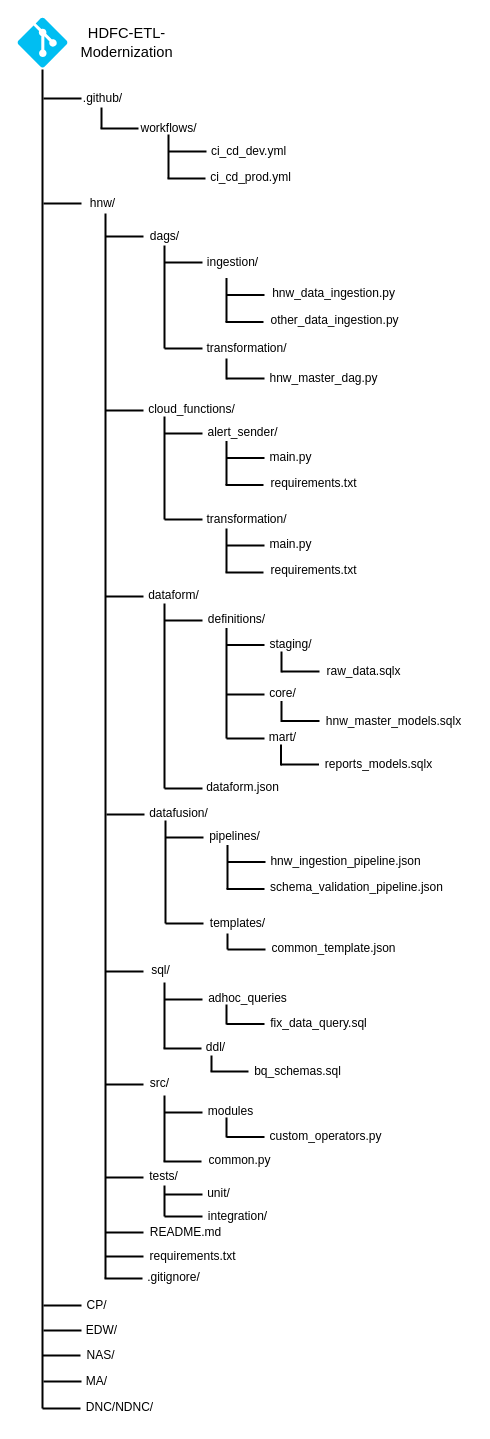
Before: git_folder_structure.drawio in anantadel/draw.io-diagrams, a draw.io diagram. Source tidied: cells renumbered, new cells numbered last; positions are measured from the earlier drawing's top-left corner, leaving out a move shared by most shapes. Both pictures are drawn from the tidied source at 100%, with x=0, y=0 at pixel (17, 17).
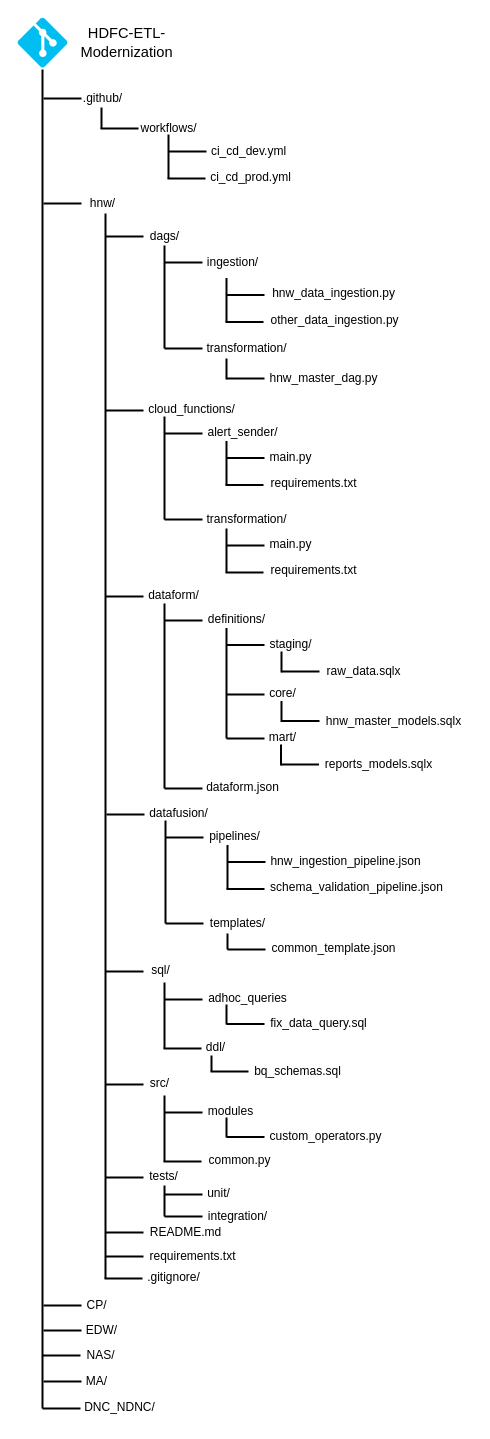
The same diagram, later.

Change to the diagram source:
```diff
@@
-    <mxCell id="133" value="DNC/NDNC/" style="text;html=1;align=center;verticalAlign=middle;strokeColor=none;fillColor=none;" parent="1" vertex="1">
+    <mxCell id="133" value="DNC_NDNC/" style="text;html=1;align=center;verticalAlign=middle;strokeColor=none;fillColor=none;" parent="1" vertex="1">
       <mxGeometry x="57" y="1375" width="90" height="30" as="geometry" />
     </mxCell>
```
